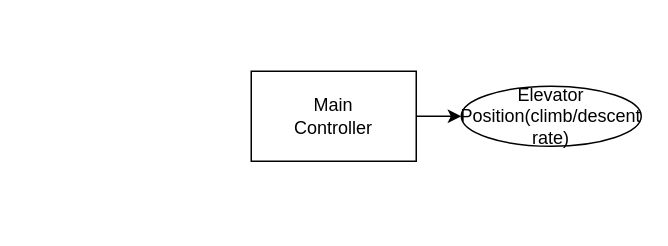
Rk1ele/Altitude-Control-system keeps this draw.io diagram as Untitled Diagram.drawio. Above is the earlier version. Source tidied: cells renumbered, new cells numbered last; positions are measured from the earlier drawing's top-left corner, leaving out a move shared by most shapes. Both pictures are drawn from the tidied source at 150%, with x=0, y=0 at pixel (250, 70).
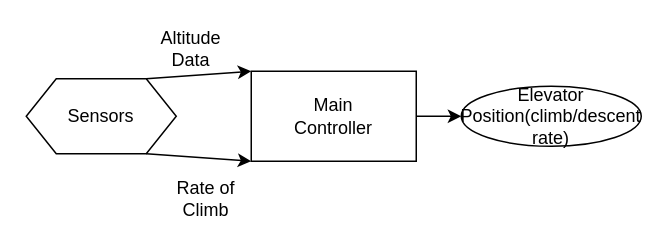
The same diagram, later.

Commit message:
Control Diagram N

Change to the diagram source:
```diff
@@
 <mxGraphModel>
   <root>
     <mxCell id="0" />
     <mxCell id="1" parent="0" />
     <mxCell id="2" style="rounded=0;whiteSpace=wrap;html=1;" parent="1" vertex="1">
       <mxGeometry width="110" height="60" as="geometry" />
     </mxCell>
     <mxCell id="3" value="Main Controller" style="text;html=1;align=center;verticalAlign=middle;whiteSpace=wrap;rounded=0;" parent="1" vertex="1">
       <mxGeometry x="25" y="15" width="60" height="30" as="geometry" />
     </mxCell>
     <mxCell id="4" style="ellipse;whiteSpace=wrap;html=1;" parent="1" vertex="1">
       <mxGeometry x="140" y="10" width="120" height="40" as="geometry" />
     </mxCell>
     <mxCell id="5" style="endArrow=classic;html=1;rounded=0;" parent="1" edge="1">
       <mxGeometry relative="1" as="geometry">
         <mxPoint x="110" y="30" as="sourcePoint" />
         <mxPoint x="140" y="30" as="targetPoint" />
         <Array as="points">
           <mxPoint x="140" y="30" />
         </Array>
       </mxGeometry>
     </mxCell>
     <mxCell id="6" value="Elevator Position(climb/descent rate)" style="text;html=1;align=center;verticalAlign=middle;whiteSpace=wrap;rounded=0;" parent="1" vertex="1">
       <mxGeometry x="170" y="15" width="60" height="30" as="geometry" />
     </mxCell>
+    <mxCell id="7" style="shape=hexagon;perimeter=hexagonPerimeter2;whiteSpace=wrap;html=1;fixedSize=1;" parent="1" vertex="1">
+      <mxGeometry x="-150" y="5" width="100" height="50" as="geometry" />
+    </mxCell>
+    <mxCell id="8" value="Sensors" style="text;html=1;align=center;verticalAlign=middle;whiteSpace=wrap;rounded=0;" parent="1" vertex="1">
+      <mxGeometry x="-130" y="15" width="60" height="30" as="geometry" />
+    </mxCell>
+    <mxCell id="9" style="endArrow=classic;html=1;rounded=0;entryX=0;entryY=0;entryDx=0;entryDy=0;" parent="1" edge="1" target="2">
+      <mxGeometry relative="1" as="geometry">
+        <mxPoint x="-70" y="5" as="sourcePoint" />
+      </mxGeometry>
+    </mxCell>
+    <mxCell id="10" value="Altitude Data" style="text;html=1;align=center;verticalAlign=middle;whiteSpace=wrap;rounded=0;" parent="1" vertex="1">
+      <mxGeometry x="-70" y="-30" width="60" height="30" as="geometry" />
+    </mxCell>
+    <mxCell id="11" style="endArrow=classic;html=1;rounded=0;entryX=0;entryY=1;entryDx=0;entryDy=0;" parent="1" edge="1" target="2">
+      <mxGeometry relative="1" as="geometry">
+        <mxPoint x="-70" y="55" as="sourcePoint" />
+      </mxGeometry>
+    </mxCell>
+    <mxCell id="12" value="Rate of Climb" style="text;html=1;align=center;verticalAlign=middle;whiteSpace=wrap;rounded=0;" parent="1" vertex="1">
+      <mxGeometry x="-60" y="70" width="60" height="30" as="geometry" />
+    </mxCell>
   </root>
 </mxGraphModel>
```
